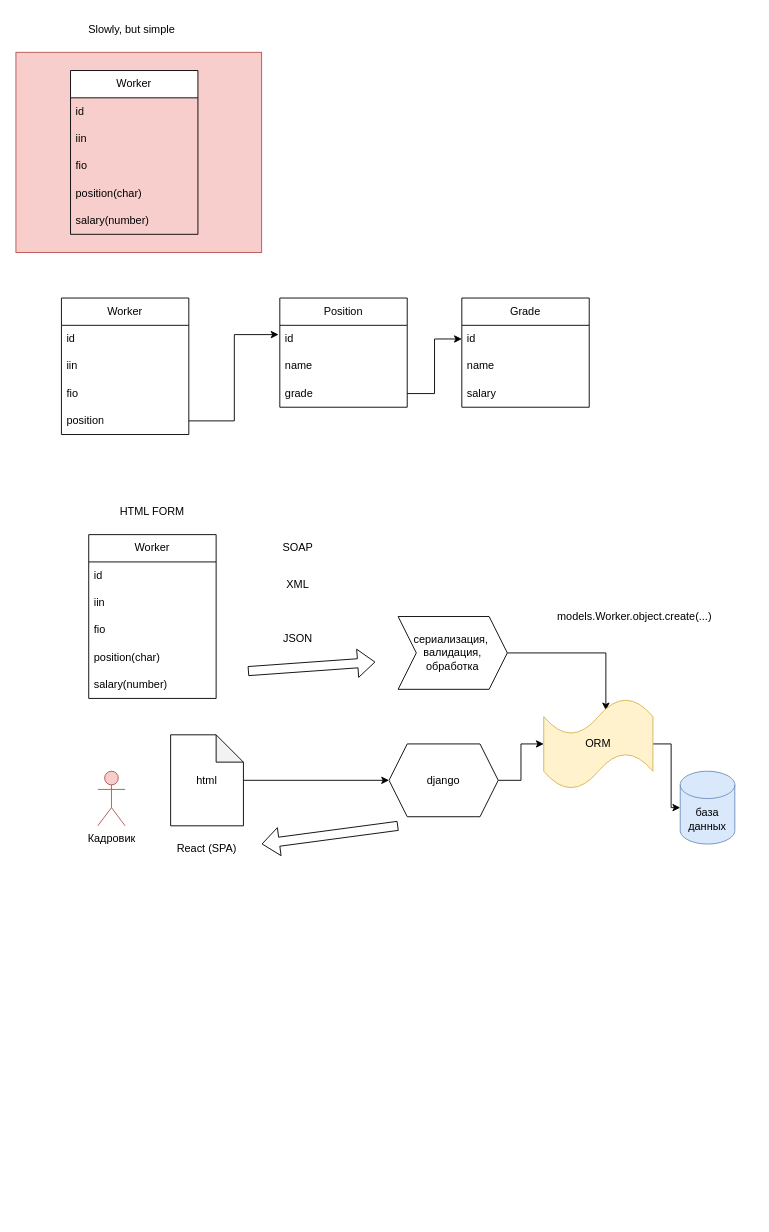
Before: projects/11/django-awesome/3_web_api/схема.drawio in bogdandrienko/PyE-222-1, a draw.io diagram. Source tidied: cells renumbered, new cells numbered last; positions are measured from the earlier drawing's top-left corner, leaving out a move shared by most shapes. Both pictures are drawn from the tidied source at 91%, with x=0, y=0 at pixel (15, 15).
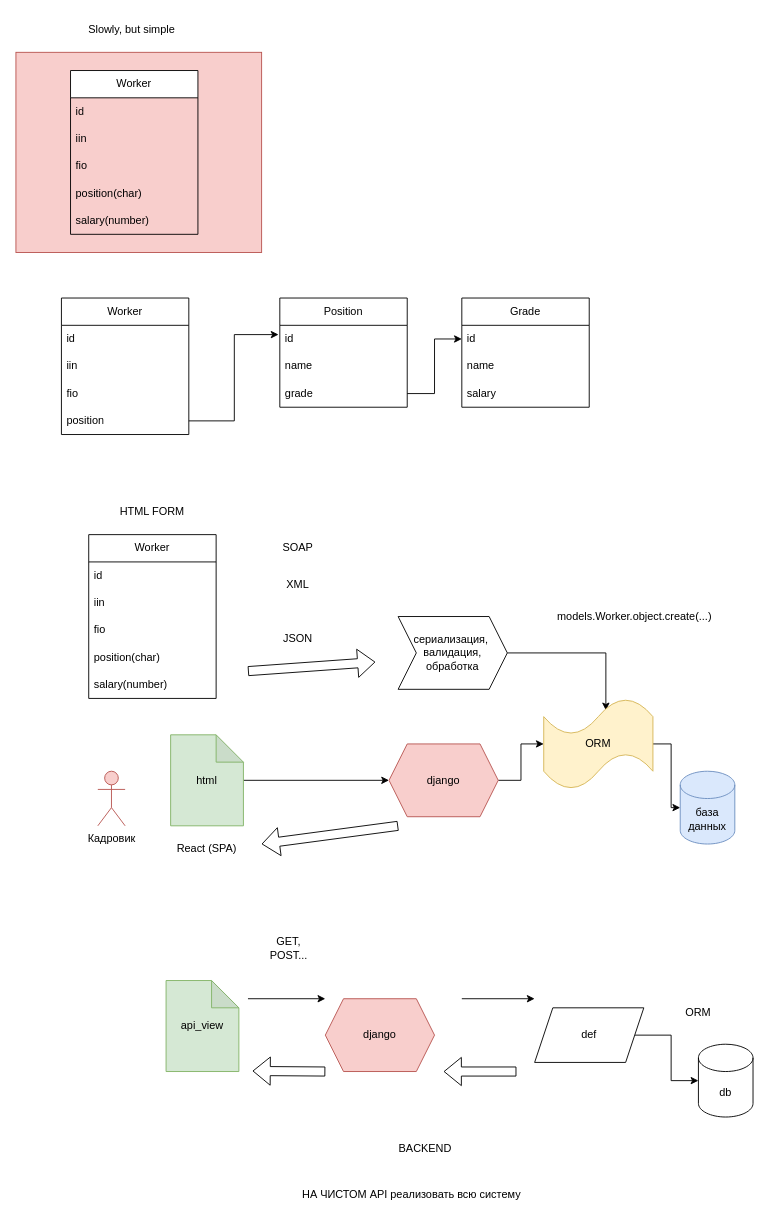
Above is the later version.

The edit, as a diff of the source:
```diff
@@
-    <mxCell id="5" value="html" style="shape=note;whiteSpace=wrap;html=1;backgroundOutline=1;darkOpacity=0.05;" parent="1" vertex="1">
+    <mxCell id="5" value="html" style="shape=note;whiteSpace=wrap;html=1;backgroundOutline=1;darkOpacity=0.05;fillColor=#d5e8d4;strokeColor=#82b366;" parent="1" vertex="1">
       <mxGeometry x="170" y="790" width="80" height="100" as="geometry" />
     </mxCell>
@@
-    <mxCell id="9" value="django" style="shape=hexagon;perimeter=hexagonPerimeter2;whiteSpace=wrap;html=1;fixedSize=1;" parent="1" vertex="1">
+    <mxCell id="9" value="django" style="shape=hexagon;perimeter=hexagonPerimeter2;whiteSpace=wrap;html=1;fixedSize=1;fillColor=#f8cecc;strokeColor=#b85450;" parent="1" vertex="1">
       <mxGeometry x="410" y="800" width="120" height="80" as="geometry" />
     </mxCell>
@@
+    <mxCell id="49" value="django" style="shape=hexagon;perimeter=hexagonPerimeter2;whiteSpace=wrap;html=1;fixedSize=1;fillColor=#f8cecc;strokeColor=#b85450;" parent="1" vertex="1">
+      <mxGeometry x="340" y="1080" width="120" height="80" as="geometry" />
+    </mxCell>
+    <mxCell id="50" value="api_view" style="shape=note;whiteSpace=wrap;html=1;backgroundOutline=1;darkOpacity=0.05;fillColor=#d5e8d4;strokeColor=#82b366;" parent="1" vertex="1">
+      <mxGeometry x="165" y="1060" width="80" height="100" as="geometry" />
+    </mxCell>
+    <mxCell id="51" style="edgeStyle=orthogonalEdgeStyle;rounded=0;orthogonalLoop=1;jettySize=auto;html=1;" parent="1" edge="1">
+      <mxGeometry relative="1" as="geometry">
+        <mxPoint x="255" y="1080" as="sourcePoint" />
+        <mxPoint x="340" y="1080" as="targetPoint" />
+      </mxGeometry>
+    </mxCell>
+    <mxCell id="52" value="GET, POST..." style="text;html=1;strokeColor=none;fillColor=none;align=center;verticalAlign=middle;whiteSpace=wrap;rounded=0;" parent="1" vertex="1">
+      <mxGeometry x="270" y="1010" width="60" height="30" as="geometry" />
+    </mxCell>
+    <mxCell id="53" style="edgeStyle=orthogonalEdgeStyle;rounded=0;jettySize=auto;html=1;" parent="1" edge="1" source="54" target="58">
+      <mxGeometry relative="1" as="geometry" />
+    </mxCell>
+    <mxCell id="54" value="def" style="shape=parallelogram;perimeter=parallelogramPerimeter;whiteSpace=wrap;html=1;fixedSize=1;" parent="1" vertex="1">
+      <mxGeometry x="570" y="1090" width="120" height="60" as="geometry" />
+    </mxCell>
+    <mxCell id="55" style="edgeStyle=orthogonalEdgeStyle;rounded=0;orthogonalLoop=1;jettySize=auto;html=1;" parent="1" edge="1">
+      <mxGeometry relative="1" as="geometry">
+        <mxPoint x="490" y="1080" as="sourcePoint" />
+        <mxPoint x="570" y="1080" as="targetPoint" />
+      </mxGeometry>
+    </mxCell>
+    <mxCell id="56" style="shape=flexArrow;endArrow=classic;html=1;rounded=0;" parent="1" edge="1">
+      <mxGeometry relative="1" as="geometry">
+        <mxPoint x="550" y="1160" as="sourcePoint" />
+        <mxPoint x="470" y="1160" as="targetPoint" />
+      </mxGeometry>
+    </mxCell>
+    <mxCell id="57" style="shape=flexArrow;endArrow=classic;html=1;rounded=0;" parent="1" edge="1">
+      <mxGeometry relative="1" as="geometry">
+        <mxPoint x="340" y="1160" as="sourcePoint" />
+        <mxPoint x="260" y="1159.4" as="targetPoint" />
+      </mxGeometry>
+    </mxCell>
+    <mxCell id="58" value="db" style="shape=cylinder3;whiteSpace=wrap;html=1;boundedLbl=1;backgroundOutline=1;size=15;" parent="1" vertex="1">
+      <mxGeometry x="750" y="1130" width="60" height="80" as="geometry" />
+    </mxCell>
+    <mxCell id="59" value="BACKEND" style="text;html=1;strokeColor=none;fillColor=none;align=center;verticalAlign=middle;whiteSpace=wrap;rounded=0;" parent="1" vertex="1">
+      <mxGeometry x="420" y="1230" width="60" height="30" as="geometry" />
+    </mxCell>
+    <mxCell id="60" value="ORM" style="text;html=1;strokeColor=none;fillColor=none;align=center;verticalAlign=middle;whiteSpace=wrap;rounded=0;" parent="1" vertex="1">
+      <mxGeometry x="720" y="1080" width="60" height="30" as="geometry" />
+    </mxCell>
+    <mxCell id="61" value="НА ЧИСТОМ API реализовать всю систему" style="text;html=1;strokeColor=none;fillColor=none;align=center;verticalAlign=middle;whiteSpace=wrap;rounded=0;" parent="1" vertex="1">
+      <mxGeometry x="300" y="1270" width="270" height="50" as="geometry" />
+    </mxCell>
```
